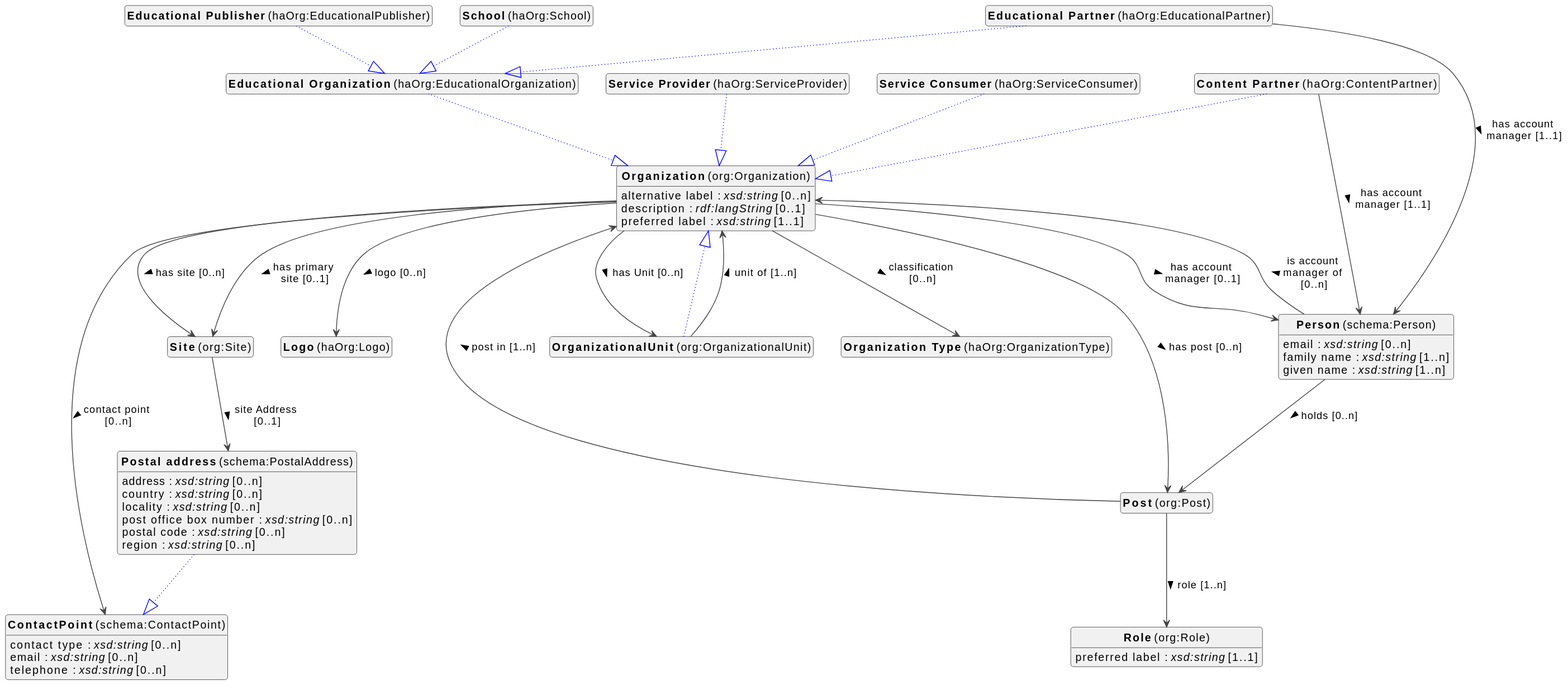
viaacode/documentation-jekyll keeps this PlantUML diagram as docs/metadata/modellen/0.0.1/organization/en/organization-diagram.svg. Above is the earlier version.
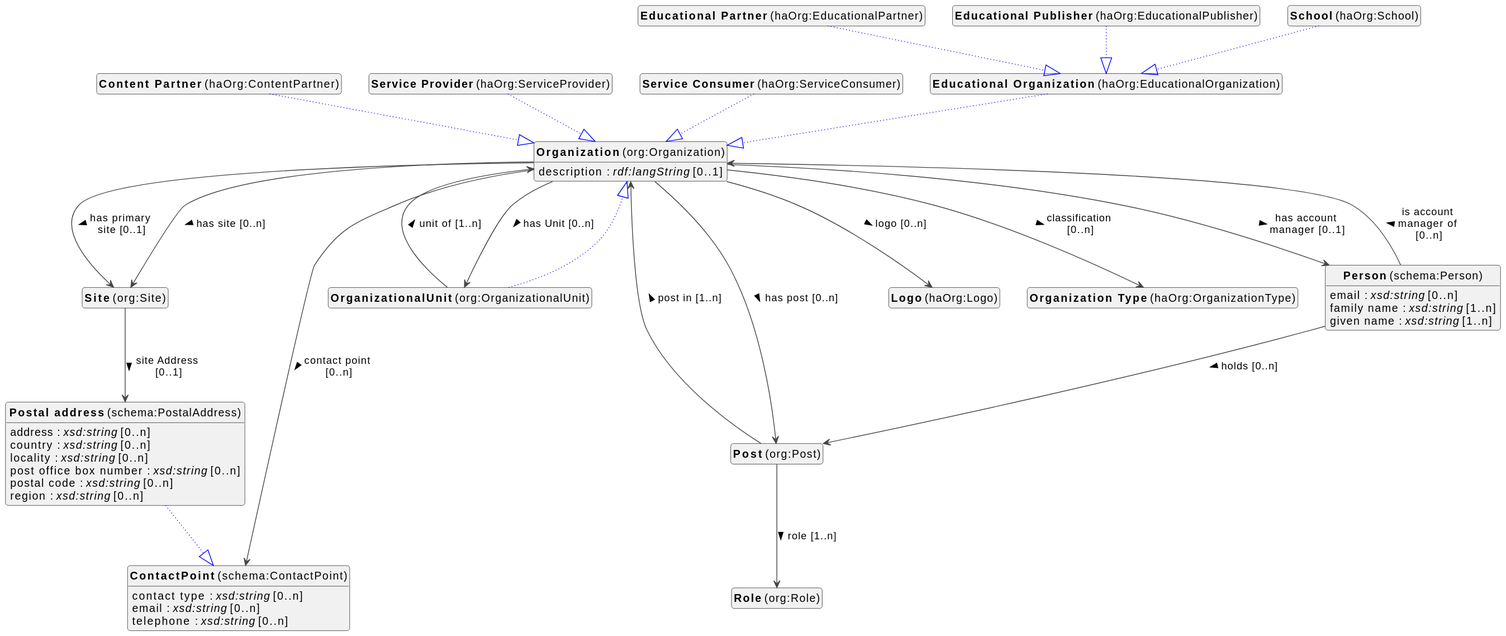
Above is the later version.

Change to the diagram source:
```diff
@@ -36,8 +36,6 @@
 class "<b>Organization Type</b> (haOrg:OrganizationType)" as haOrg_OrganizationType [[#haOrg%3AOrganizationType]]
 
 
-org_Organization : alternative label : <i>xsd:string</i> [0..n]
-
 
 org_Organization --> haOrg_OrganizationType : classification [0..n] >
 
@@ -57,8 +55,6 @@
 
 
 org_Organization --> haOrg_Logo : logo [0..n] >
-org_Organization : preferred label : <i>xsd:string</i> [1..1]
-
 
 org_OrganizationalUnit --|> org_Organization #blue;line.dotted;text:blue
 
@@ -67,8 +63,6 @@
 
 haOrg_ContentPartner --|> org_Organization #blue;line.dotted;text:blue
 
-
-haOrg_ContentPartner --> schema_Person : has account manager [1..1] >
 
 haOrg_ServiceProvider --|> org_Organization #blue;line.dotted;text:blue
 
@@ -81,8 +75,6 @@
 
 haOrg_EducationalPartner --|> haOrg_EducationalOrganization #blue;line.dotted;text:blue
 
-
-haOrg_EducationalPartner --> schema_Person : has account manager [1..1] >
 
 haOrg_EducationalPublisher --|> haOrg_EducationalOrganization #blue;line.dotted;text:blue
 
@@ -100,8 +92,6 @@
 
 org_Post --> org_Role : role [1..n] >
 
-
-org_Role : preferred label : <i>xsd:string</i> [1..1]
 
 
 
```
